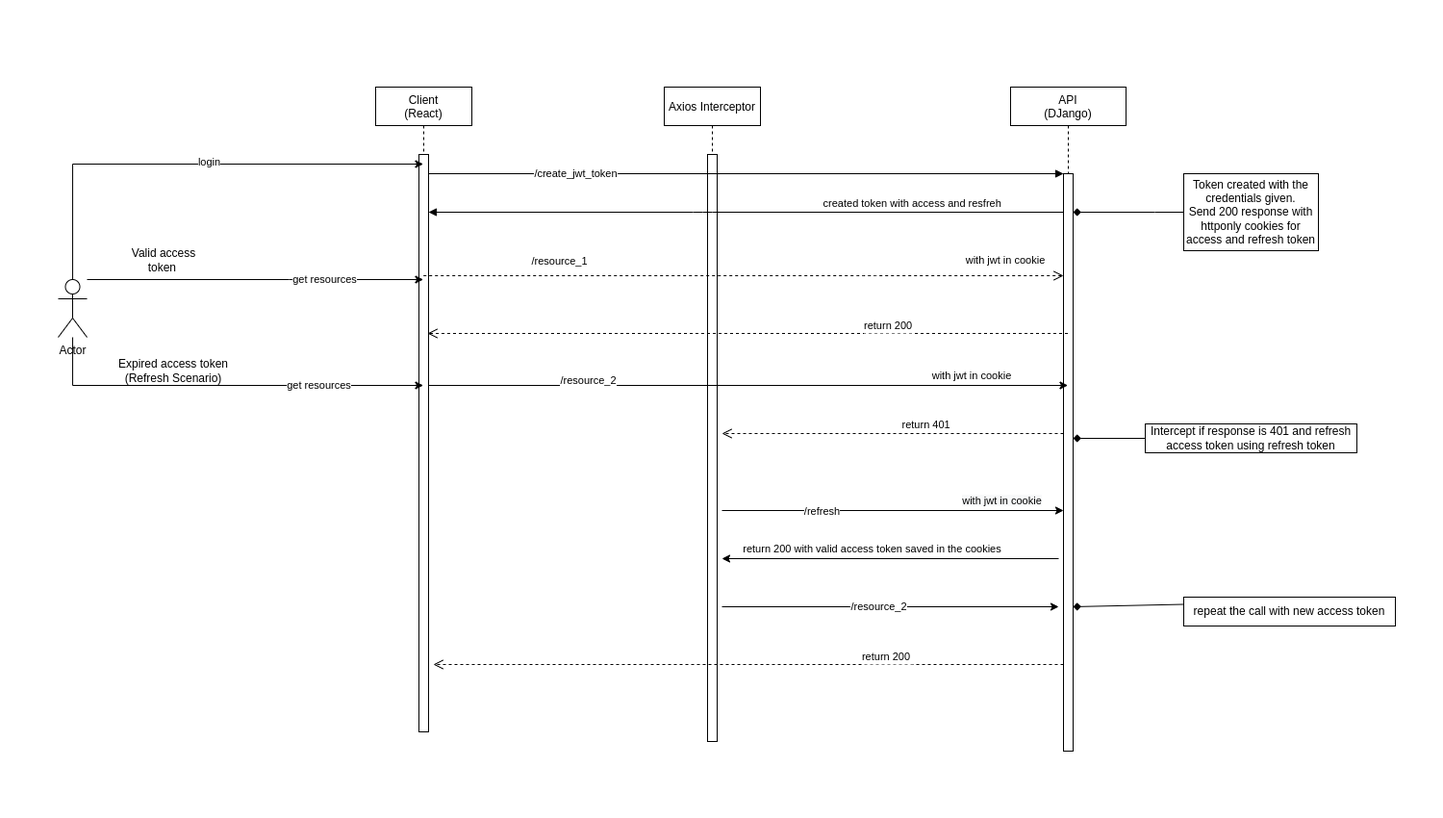
Before: resources/jwt.drawio.png, a diagram exported from draw.io (berkayersengun/portfolio-api). Source tidied: cells renumbered, new cells last; positions are measured from the earlier drawing's top-left corner, leaving out a move shared by most shapes.
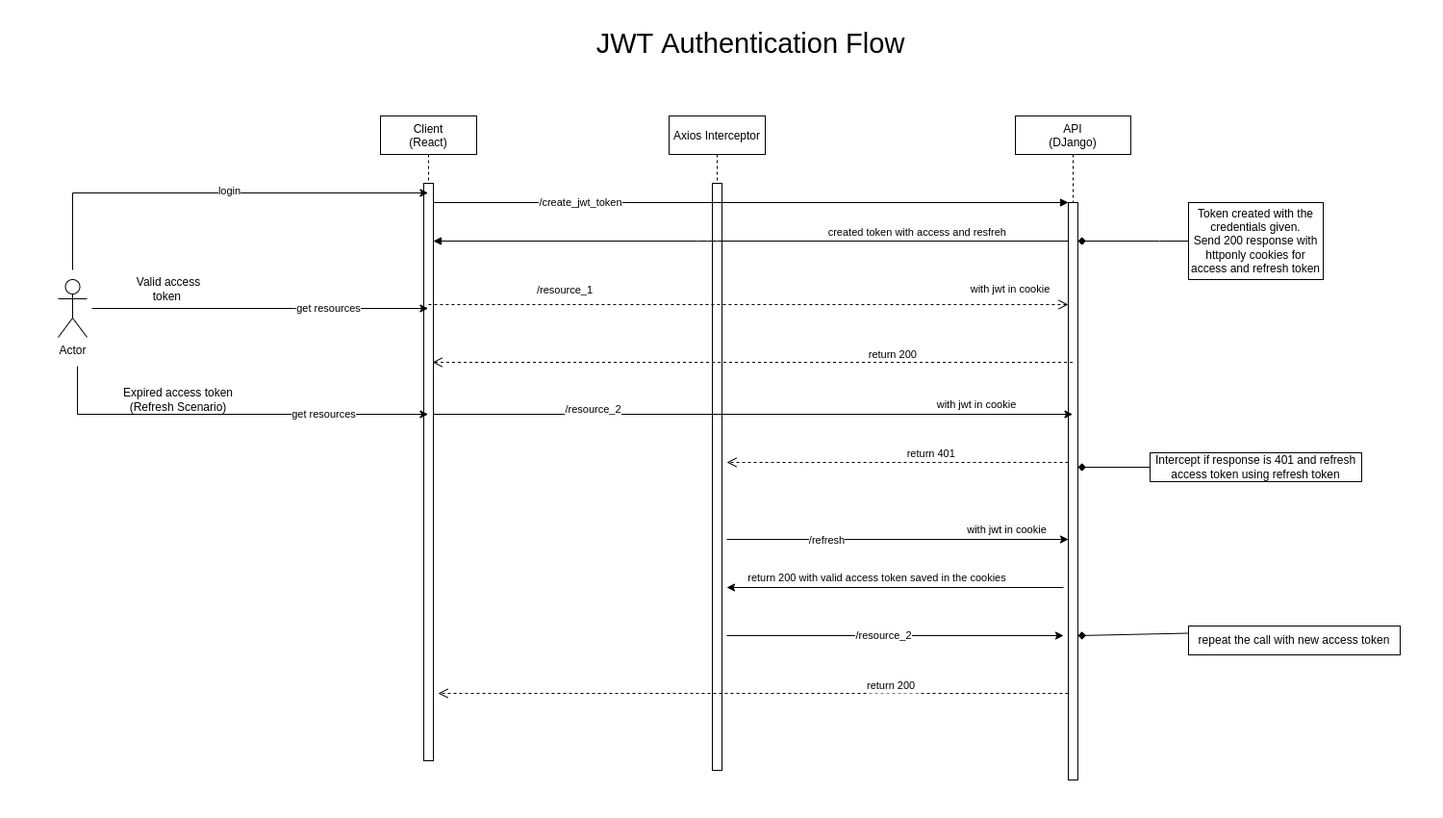
The same file after the commit.

Change to the diagram source:
```diff
@@ -70,8 +70,9 @@
         <mxPoint x="1" as="offset" />
       </mxGeometry>
     </mxCell>
-    <mxCell id="18" style="edgeStyle=orthogonalEdgeStyle;rounded=0;jettySize=auto;html=1;startArrow=none;startFill=0;" parent="1" edge="1" source="24" target="8">
+    <mxCell id="18" style="edgeStyle=orthogonalEdgeStyle;rounded=0;jettySize=auto;html=1;startArrow=none;startFill=0;" parent="1" edge="1" target="8">
       <mxGeometry relative="1" as="geometry">
+        <mxPoint x="30" y="200" as="sourcePoint" />
         <Array as="points">
           <mxPoint x="240" y="200" />
           <mxPoint x="240" y="200" />
@@ -81,18 +82,20 @@
     <mxCell id="19" value="get resources" style="edgeLabel;html=1;align=center;verticalAlign=middle;" parent="18" vertex="1">
       <mxGeometry x="0.41" relative="1" as="geometry" />
     </mxCell>
-    <mxCell id="20" style="edgeStyle=orthogonalEdgeStyle;rounded=0;jettySize=auto;html=1;fontSize=11;startArrow=none;startFill=0;" parent="1" edge="1" source="24" target="8">
+    <mxCell id="20" style="edgeStyle=orthogonalEdgeStyle;rounded=0;jettySize=auto;html=1;fontSize=11;startArrow=none;startFill=0;" parent="1" edge="1" target="8">
       <mxGeometry relative="1" as="geometry">
+        <mxPoint x="10" y="160" as="sourcePoint" />
         <Array as="points">
-          <mxPoint x="15" y="80" />
+          <mxPoint x="10" y="80" />
         </Array>
       </mxGeometry>
     </mxCell>
     <mxCell id="21" value="login" style="edgeLabel;html=1;align=center;verticalAlign=middle;fontSize=11;" parent="20" vertex="1">
       <mxGeometry x="0.08" y="2" relative="1" as="geometry" />
     </mxCell>
-    <mxCell id="22" style="edgeStyle=orthogonalEdgeStyle;rounded=0;jettySize=auto;html=1;fontSize=11;startArrow=none;startFill=0;" parent="1" edge="1" source="24" target="8">
+    <mxCell id="22" style="edgeStyle=orthogonalEdgeStyle;rounded=0;jettySize=auto;html=1;fontSize=11;startArrow=none;startFill=0;" parent="1" edge="1" target="8">
       <mxGeometry relative="1" as="geometry">
+        <mxPoint x="15" y="260" as="sourcePoint" />
         <Array as="points">
           <mxPoint x="15" y="310" />
         </Array>
@@ -102,7 +105,7 @@
       <mxGeometry x="0.48" relative="1" as="geometry" />
     </mxCell>
     <mxCell id="24" value="Actor" style="shape=umlActor;verticalLabelPosition=bottom;verticalAlign=top;html=1;outlineConnect=0;" parent="1" vertex="1">
-      <mxGeometry y="200" width="30" height="60" as="geometry" />
+      <mxGeometry x="-5" y="170" width="30" height="60" as="geometry" />
     </mxCell>
     <mxCell id="25" value="Token created with the credentials given.&lt;br&gt;Send 200 response with httponly cookies for access and refresh token" style="text;html=1;strokeColor=default;fillColor=none;align=center;verticalAlign=middle;whiteSpace=wrap;rounded=0;" parent="1" vertex="1">
       <mxGeometry x="1170" y="90" width="140" height="80" as="geometry" />
@@ -171,5 +174,8 @@
         </Array>
       </mxGeometry>
     </mxCell>
+    <mxCell id="40" value="JWT Authentication Flow" style="text;html=1;strokeColor=none;fillColor=none;align=center;verticalAlign=middle;whiteSpace=wrap;rounded=0;fontSize=29;" parent="1" vertex="1">
+      <mxGeometry x="530" y="-90" width="370" height="30" as="geometry" />
+    </mxCell>
   </root>
 </mxGraphModel>
```
